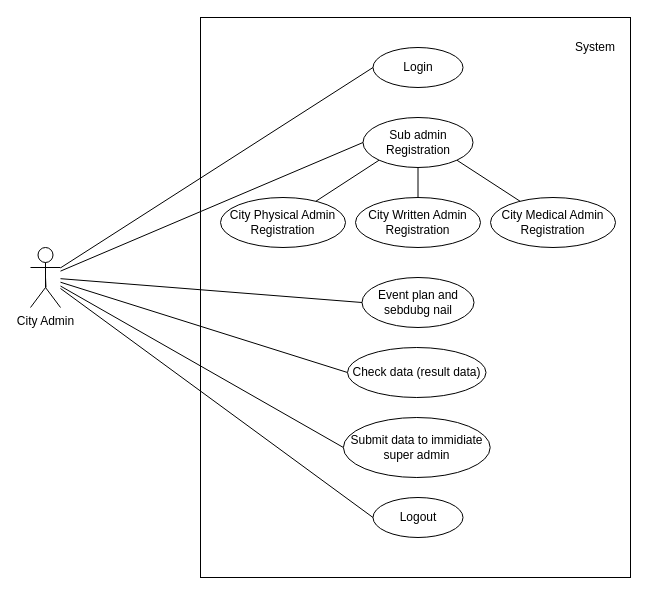
This is Documentation/Diagrams/Raw/Use_Case/Use_Case_City_Admin.drawio from phoenix-295/Police_Bharti, a draw.io file, before an edit. Source tidied: cells renumbered, new cells numbered last; positions are measured from the earlier drawing's top-left corner, leaving out a move shared by most shapes. Both pictures are drawn from the tidied source at 100%, with x=0, y=0 at pixel (30, 17).
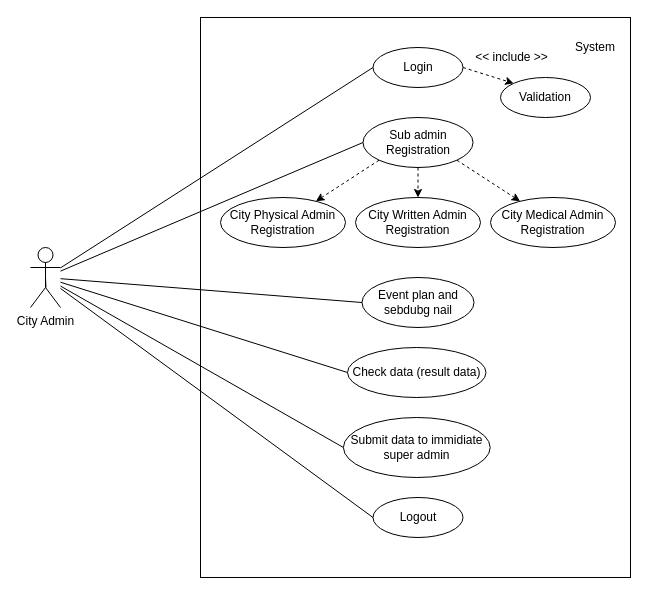
The same diagram, later.

Unchanged cells that the change refers to:
```xml
<mxCell id="5" value="Login" style="ellipse;whiteSpace=wrap;html=1;" parent="1" vertex="1">
  <mxGeometry x="342.5" y="30" width="90" height="40" as="geometry" />
</mxCell>
<mxCell id="10" value="Sub admin&lt;br&gt;Registration" style="ellipse;whiteSpace=wrap;html=1;" parent="1" vertex="1">
  <mxGeometry x="332.5" y="100" width="110" height="50" as="geometry" />
</mxCell>
<mxCell id="16" value="City Physical Admin&lt;br&gt;Registration" style="ellipse;whiteSpace=wrap;html=1;" parent="1" vertex="1">
  <mxGeometry x="190" y="180" width="125" height="50" as="geometry" />
</mxCell>
<mxCell id="17" value="City Written Admin&lt;br&gt;Registration" style="ellipse;whiteSpace=wrap;html=1;" parent="1" vertex="1">
  <mxGeometry x="325" y="180" width="125" height="50" as="geometry" />
</mxCell>
<mxCell id="21" value="City Medical Admin Registration" style="ellipse;whiteSpace=wrap;html=1;" parent="1" vertex="1">
  <mxGeometry x="460" y="180" width="125" height="50" as="geometry" />
</mxCell>
```

What changed in the source:
```diff
@@
+    <mxCell id="24" style="rounded=0;jettySize=auto;html=1;exitX=1;exitY=0.5;exitDx=0;exitDy=0;entryX=0;entryY=0;entryDx=0;entryDy=0;dashed=1;startArrow=none;startFill=0;endArrow=classic;endFill=1;" parent="1" edge="1" source="5" target="25">
+      <mxGeometry relative="1" as="geometry" />
+    </mxCell>
@@
-    <mxCell id="6" style="rounded=0;jettySize=auto;html=1;exitX=0;exitY=1;exitDx=0;exitDy=0;endArrow=none;endFill=0;" parent="1" edge="1" source="10" target="16">
+    <mxCell id="6" style="rounded=0;jettySize=auto;html=1;exitX=0;exitY=1;exitDx=0;exitDy=0;endArrow=classic;endFill=1;dashed=1;startArrow=none;startFill=0;" parent="1" edge="1" source="10" target="16">
       <mxGeometry relative="1" as="geometry" />
     </mxCell>
-    <mxCell id="7" style="edgeStyle=none;rounded=0;jettySize=auto;html=1;exitX=0.5;exitY=1;exitDx=0;exitDy=0;entryX=0.5;entryY=0;entryDx=0;entryDy=0;endArrow=none;endFill=0;" parent="1" edge="1" source="10" target="17">
+    <mxCell id="7" style="edgeStyle=none;rounded=0;jettySize=auto;html=1;exitX=0.5;exitY=1;exitDx=0;exitDy=0;entryX=0.5;entryY=0;entryDx=0;entryDy=0;endArrow=classic;endFill=1;dashed=1;" parent="1" edge="1" source="10" target="17">
       <mxGeometry relative="1" as="geometry" />
     </mxCell>
-    <mxCell id="8" style="edgeStyle=none;rounded=0;jettySize=auto;html=1;exitX=1;exitY=1;exitDx=0;exitDy=0;endArrow=none;endFill=0;" parent="1" edge="1" source="10" target="21">
+    <mxCell id="8" style="edgeStyle=none;rounded=0;jettySize=auto;html=1;exitX=1;exitY=1;exitDx=0;exitDy=0;endArrow=classic;endFill=1;dashed=1;" parent="1" edge="1" source="10" target="21">
       <mxGeometry relative="1" as="geometry" />
     </mxCell>
@@
+    <mxCell id="25" value="Validation" style="ellipse;whiteSpace=wrap;html=1;" parent="1" vertex="1">
+      <mxGeometry x="470" y="60" width="90" height="40" as="geometry" />
+    </mxCell>
+    <mxCell id="26" value="&amp;lt;&amp;lt; include &amp;gt;&amp;gt;" style="text;html=1;strokeColor=none;fillColor=none;align=center;verticalAlign=middle;whiteSpace=wrap;rounded=0;" parent="1" vertex="1">
+      <mxGeometry x="443.5" y="30" width="74.5" height="20" as="geometry" />
+    </mxCell>
```
